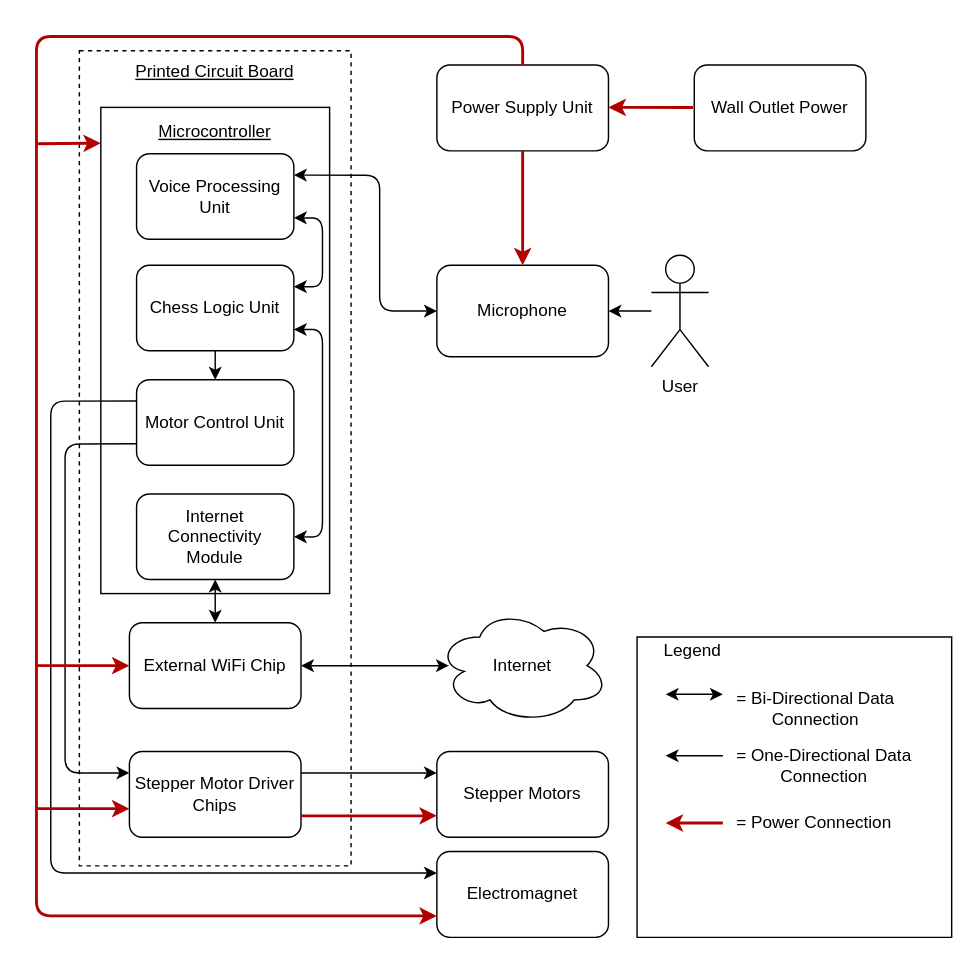
Earlier version of the draw.io diagram docs/block_diagram.drawio (dbisk/chessexpress). Source tidied: cells renumbered, new cells numbered last; positions are measured from the earlier drawing's top-left corner, leaving out a move shared by most shapes. Both pictures are drawn from the tidied source at 143%, with x=0, y=0 at pixel (36, 36).
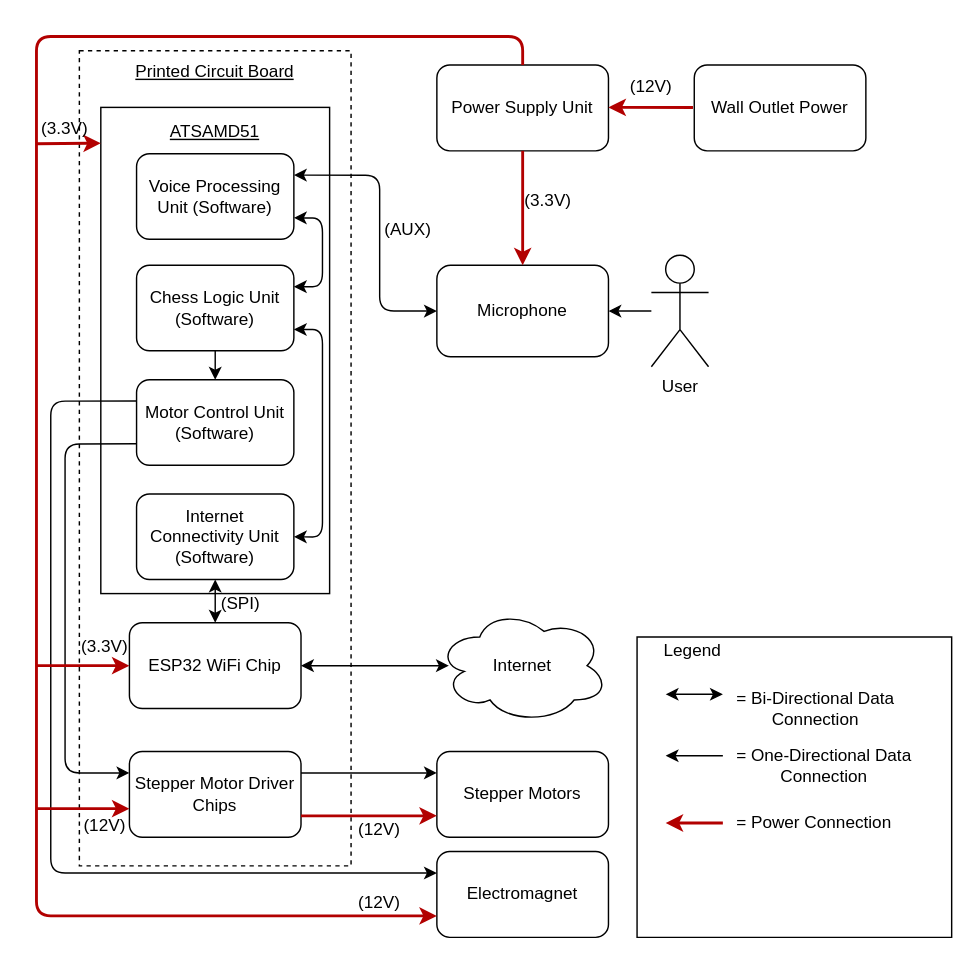
Above is the later version.

Commit message:
Updated block diagram

Unchanged cells that the change refers to:
```xml
<mxCell id="3" style="group;" parent="1" vertex="1">
  <mxGeometry x="45" y="49.6" width="160" height="340" as="geometry" />
</mxCell>
<mxCell id="6" style="group;" parent="3" vertex="1">
  <mxGeometry x="25" y="32.4" width="110" height="297.8" as="geometry" />
</mxCell>
```

The edit, as a diff of the source:
```diff
@@
-    <mxCell id="5" value="&lt;div&gt;&lt;u&gt;Microcontroller&lt;/u&gt;&lt;/div&gt;" style="text;html=1;strokeColor=none;fillColor=none;align=center;verticalAlign=middle;whiteSpace=wrap;rounded=0;" parent="3" vertex="1">
+    <mxCell id="5" value="&lt;u&gt;ATSAMD51&lt;/u&gt;" style="text;html=1;strokeColor=none;fillColor=none;align=center;verticalAlign=middle;whiteSpace=wrap;rounded=0;" parent="3" vertex="1">
       <mxGeometry y="2.8" width="160" height="29.6" as="geometry" />
     </mxCell>
@@
-    <mxCell id="7" value="Voice Processing Unit" style="rounded=1;whiteSpace=wrap;html=1;" parent="6" vertex="1">
+    <mxCell id="7" value="Voice Processing Unit (Software)" style="rounded=1;whiteSpace=wrap;html=1;" parent="6" vertex="1">
       <mxGeometry width="110" height="59.8" as="geometry" />
     </mxCell>
-    <mxCell id="8" value="Chess Logic Unit" style="rounded=1;whiteSpace=wrap;html=1;" parent="6" vertex="1">
+    <mxCell id="8" value="Chess Logic Unit (Software)" style="rounded=1;whiteSpace=wrap;html=1;" parent="6" vertex="1">
       <mxGeometry y="78" width="110" height="59.8" as="geometry" />
     </mxCell>
-    <mxCell id="9" value="Motor Control Unit" style="rounded=1;whiteSpace=wrap;html=1;" parent="6" vertex="1">
+    <mxCell id="9" value="Motor Control Unit (Software)" style="rounded=1;whiteSpace=wrap;html=1;" parent="6" vertex="1">
       <mxGeometry y="158" width="110" height="59.8" as="geometry" />
     </mxCell>
-    <mxCell id="10" value="Internet Connectivity Module" style="rounded=1;whiteSpace=wrap;html=1;" parent="6" vertex="1">
+    <mxCell id="10" value="Internet Connectivity Unit (Software)" style="rounded=1;whiteSpace=wrap;html=1;" parent="6" vertex="1">
       <mxGeometry y="238" width="110" height="59.8" as="geometry" />
     </mxCell>
@@
-    <mxCell id="15" value="External WiFi Chip" style="rounded=1;whiteSpace=wrap;html=1;" parent="1" vertex="1">
+    <mxCell id="15" value="ESP32 WiFi Chip" style="rounded=1;whiteSpace=wrap;html=1;" parent="1" vertex="1">
       <mxGeometry x="65" y="410" width="120" height="60" as="geometry" />
     </mxCell>
@@
+    <mxCell id="47" value="(SPI)" style="text;html=1;strokeColor=none;fillColor=none;align=center;verticalAlign=middle;whiteSpace=wrap;rounded=0;" parent="1" vertex="1">
+      <mxGeometry x="123" y="392" width="40" height="10" as="geometry" />
+    </mxCell>
+    <mxCell id="48" value="(AUX)" style="text;html=1;strokeColor=none;fillColor=none;align=center;verticalAlign=middle;whiteSpace=wrap;rounded=0;" parent="1" vertex="1">
+      <mxGeometry x="240" y="130" width="40" height="10" as="geometry" />
+    </mxCell>
+    <mxCell id="49" value="(12V)" style="text;html=1;strokeColor=none;fillColor=none;align=center;verticalAlign=middle;whiteSpace=wrap;rounded=0;" parent="1" vertex="1">
+      <mxGeometry x="410" y="29.6" width="40" height="10" as="geometry" />
+    </mxCell>
+    <mxCell id="50" value="(3.3V)" style="text;html=1;strokeColor=none;fillColor=none;align=center;verticalAlign=middle;whiteSpace=wrap;rounded=0;" parent="1" vertex="1">
+      <mxGeometry x="338" y="110" width="40" height="10" as="geometry" />
+    </mxCell>
+    <mxCell id="51" value="(3.3V)" style="text;html=1;strokeColor=none;fillColor=none;align=center;verticalAlign=middle;whiteSpace=wrap;rounded=0;" parent="1" vertex="1">
+      <mxGeometry y="60" width="40" height="10" as="geometry" />
+    </mxCell>
+    <mxCell id="52" value="(3.3V)" style="text;html=1;strokeColor=none;fillColor=none;align=center;verticalAlign=middle;whiteSpace=wrap;rounded=0;" parent="1" vertex="1">
+      <mxGeometry x="28" y="422" width="40" height="10" as="geometry" />
+    </mxCell>
+    <mxCell id="53" value="(12V)" style="text;html=1;strokeColor=none;fillColor=none;align=center;verticalAlign=middle;whiteSpace=wrap;rounded=0;" parent="1" vertex="1">
+      <mxGeometry x="28" y="547" width="40" height="10" as="geometry" />
+    </mxCell>
+    <mxCell id="54" value="(12V)" style="text;html=1;strokeColor=none;fillColor=none;align=center;verticalAlign=middle;whiteSpace=wrap;rounded=0;" parent="1" vertex="1">
+      <mxGeometry x="220" y="550" width="40" height="10" as="geometry" />
+    </mxCell>
+    <mxCell id="55" value="(12V)" style="text;html=1;strokeColor=none;fillColor=none;align=center;verticalAlign=middle;whiteSpace=wrap;rounded=0;" parent="1" vertex="1">
+      <mxGeometry x="220" y="601" width="40" height="10" as="geometry" />
+    </mxCell>
```
